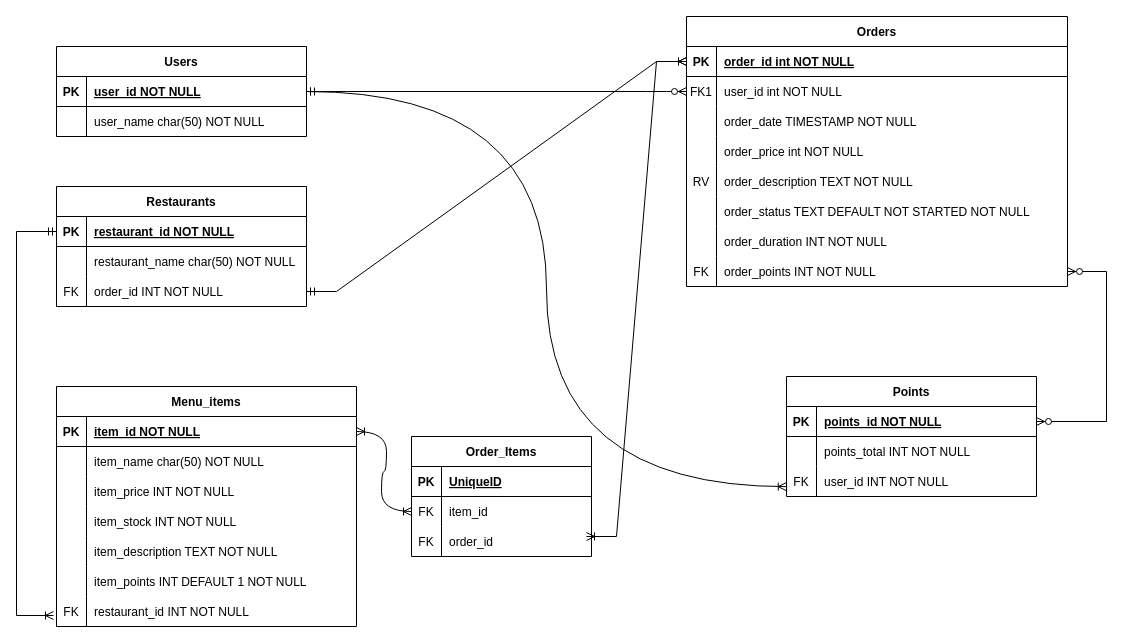
Earlier version of the draw.io diagram Food-Pick-Up-ERD.drawio (nickidells97/Food-Pick-Up-App). Source tidied: cells renumbered, new cells numbered last; positions are measured from the earlier drawing's top-left corner, leaving out a move shared by most shapes. Both pictures are drawn from the tidied source at 100%, with x=0, y=0 at pixel (16, 16).
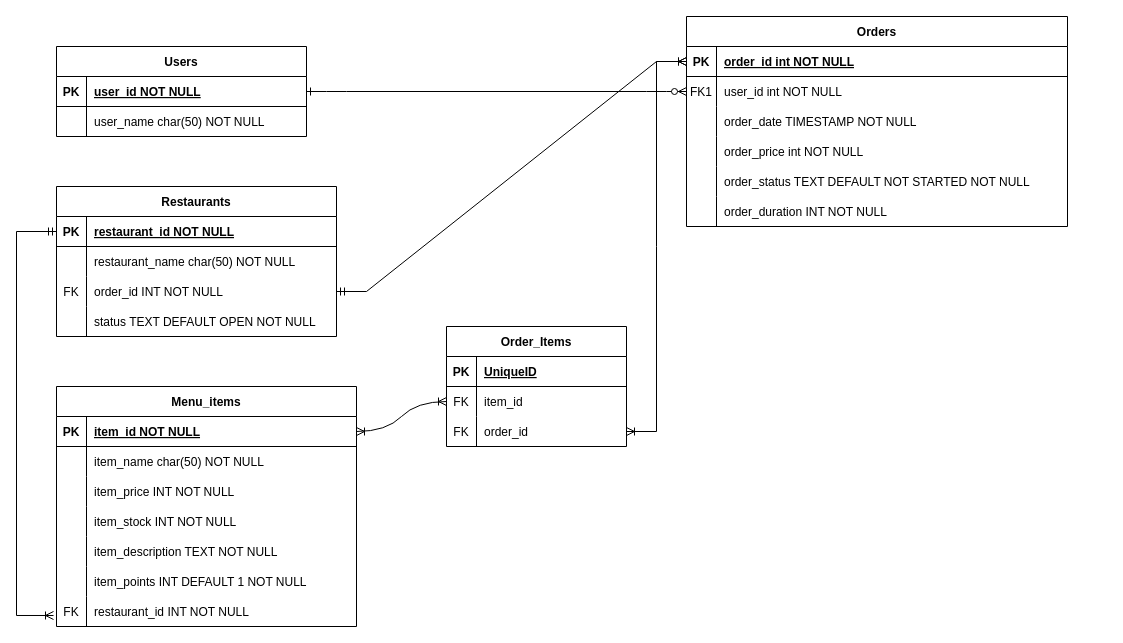
Above is the later version.

Unchanged cells that the change refers to:
```xml
<mxCell id="4" style="shape=partialRectangle;fillColor=none;points=[[0,0.5],[1,0.5]];portConstraint=eastwest;top=0;left=0;right=0;bottom=1;" parent="3" vertex="1">
  <mxGeometry y="30" width="381" height="30" as="geometry" />
</mxCell>
<mxCell id="38" value="Users" style="shape=table;startSize=30;childLayout=tableLayout;rowLines=0;fontStyle=1;align=center;" parent="1" vertex="1">
  <mxGeometry x="40" y="30" width="250" height="90" as="geometry" />
</mxCell>
<mxCell id="88" style="shape=tableRow;horizontal=0;startSize=0;swimlaneHead=0;swimlaneBody=0;fillColor=none;points=[[0,0.5],[1,0.5]];portConstraint=eastwest;top=0;left=0;right=0;bottom=0;" parent="81" vertex="1">
  <mxGeometry y="90" width="180" height="30" as="geometry" />
</mxCell>
```

Change to the diagram source:
```diff
@@
     <mxCell id="3" value="Orders" style="shape=table;startSize=30;childLayout=tableLayout;rowLines=0;fontStyle=1;align=center;" parent="1" vertex="1">
-      <mxGeometry x="670" width="381" height="270" as="geometry" />
+      <mxGeometry x="670" width="381" height="210" as="geometry" />
     </mxCell>
@@
-    <mxCell id="16" style="shape=partialRectangle;fillColor=none;top=0;left=0;right=0;bottom=0;" parent="3" vertex="1">
-      <mxGeometry y="150" width="381" height="30" as="geometry" />
-    </mxCell>
-    <mxCell id="17" value="RV" style="shape=partialRectangle;overflow=hidden;fillColor=none;top=0;left=0;bottom=0;right=0;" parent="16" vertex="1">
-      <mxGeometry width="30" height="30" as="geometry" />
-    </mxCell>
-    <mxCell id="18" value="order_description TEXT NOT NULL" style="shape=partialRectangle;overflow=hidden;fillColor=none;top=0;left=0;bottom=0;right=0;align=left;spacingLeft=6;" parent="16" vertex="1">
-      <mxGeometry x="30" width="351" height="30" as="geometry" />
-    </mxCell>
     <mxCell id="19" style="shape=partialRectangle;fillColor=none;top=0;left=0;right=0;bottom=0;" parent="3" vertex="1">
-      <mxGeometry y="180" width="381" height="30" as="geometry" />
+      <mxGeometry y="150" width="381" height="30" as="geometry" />
     </mxCell>
@@
     <mxCell id="22" style="shape=partialRectangle;fillColor=none;top=0;left=0;right=0;bottom=0;" parent="3" vertex="1">
-      <mxGeometry y="210" width="381" height="30" as="geometry" />
+      <mxGeometry y="180" width="381" height="30" as="geometry" />
     </mxCell>
@@
-    <mxCell id="25" style="shape=partialRectangle;fillColor=none;points=[[0,0.5],[1,0.5]];portConstraint=eastwest;top=0;left=0;right=0;bottom=0;" parent="3" vertex="1">
-      <mxGeometry y="240" width="381" height="30" as="geometry" />
-    </mxCell>
-    <mxCell id="26" value="FK" style="shape=partialRectangle;overflow=hidden;fillColor=none;top=0;left=0;bottom=0;right=0;" parent="25" vertex="1">
-      <mxGeometry width="30" height="30" as="geometry" />
-    </mxCell>
-    <mxCell id="27" value="order_points INT NOT NULL" style="shape=partialRectangle;overflow=hidden;fillColor=none;top=0;left=0;bottom=0;right=0;align=left;spacingLeft=6;" parent="25" vertex="1">
-      <mxGeometry x="30" width="351" height="30" as="geometry" />
-    </mxCell>
-    <mxCell id="28" value="Points" style="shape=table;startSize=30;childLayout=tableLayout;rowLines=0;fontStyle=1;align=center;" parent="1" vertex="1">
-      <mxGeometry x="770" y="360" width="250" height="120" as="geometry" />
-    </mxCell>
-    <mxCell id="29" style="shape=partialRectangle;fillColor=none;points=[[0,0.5],[1,0.5]];portConstraint=eastwest;top=0;left=0;right=0;bottom=1;" parent="28" vertex="1">
-      <mxGeometry y="30" width="250" height="30" as="geometry" />
-    </mxCell>
-    <mxCell id="30" value="PK" style="shape=partialRectangle;overflow=hidden;fillColor=none;top=0;left=0;bottom=0;right=0;fontStyle=1;" parent="29" vertex="1">
-      <mxGeometry width="30" height="30" as="geometry" />
-    </mxCell>
-    <mxCell id="31" value="points_id NOT NULL" style="shape=partialRectangle;overflow=hidden;fillColor=none;top=0;left=0;bottom=0;right=0;align=left;spacingLeft=6;fontStyle=5;" parent="29" vertex="1">
-      <mxGeometry x="30" width="220" height="30" as="geometry" />
-    </mxCell>
-    <mxCell id="32" style="shape=partialRectangle;fillColor=none;top=0;left=0;right=0;bottom=0;" parent="28" vertex="1">
-      <mxGeometry y="60" width="250" height="30" as="geometry" />
-    </mxCell>
-    <mxCell id="33" style="shape=partialRectangle;overflow=hidden;fillColor=none;top=0;left=0;bottom=0;right=0;" parent="32" vertex="1">
-      <mxGeometry width="30" height="30" as="geometry" />
-    </mxCell>
-    <mxCell id="34" value="points_total INT NOT NULL" style="shape=partialRectangle;overflow=hidden;fillColor=none;top=0;left=0;bottom=0;right=0;align=left;spacingLeft=6;" parent="32" vertex="1">
-      <mxGeometry x="30" width="220" height="30" as="geometry" />
-    </mxCell>
-    <mxCell id="35" style="shape=partialRectangle;fillColor=none;points=[[0,0.5],[1,0.5]];portConstraint=eastwest;top=0;left=0;right=0;bottom=0;" parent="28" vertex="1">
-      <mxGeometry y="90" width="250" height="30" as="geometry" />
-    </mxCell>
-    <mxCell id="36" value="FK" style="shape=partialRectangle;overflow=hidden;fillColor=none;top=0;left=0;bottom=0;right=0;" parent="35" vertex="1">
-      <mxGeometry width="30" height="30" as="geometry" />
-    </mxCell>
-    <mxCell id="37" value="user_id INT NOT NULL" style="shape=partialRectangle;overflow=hidden;fillColor=none;top=0;left=0;bottom=0;right=0;align=left;spacingLeft=6;" parent="35" vertex="1">
-      <mxGeometry x="30" width="220" height="30" as="geometry" />
-    </mxCell>
@@
     <mxCell id="67" value="Restaurants" style="shape=table;startSize=30;childLayout=tableLayout;rowLines=0;fontStyle=1;align=center;" parent="1" vertex="1">
-      <mxGeometry x="40" y="170" width="250" height="120" as="geometry" />
+      <mxGeometry x="40" y="170" width="280" height="150" as="geometry" />
     </mxCell>
     <mxCell id="68" style="shape=partialRectangle;fillColor=none;points=[[0,0.5],[1,0.5]];portConstraint=eastwest;top=0;left=0;right=0;bottom=1;" parent="67" vertex="1">
-      <mxGeometry y="30" width="250" height="30" as="geometry" />
+      <mxGeometry y="30" width="280" height="30" as="geometry" />
     </mxCell>
@@
     <mxCell id="70" value="restaurant_id NOT NULL" style="shape=partialRectangle;overflow=hidden;fillColor=none;top=0;left=0;bottom=0;right=0;align=left;spacingLeft=6;fontStyle=5;" parent="68" vertex="1">
-      <mxGeometry x="30" width="220" height="30" as="geometry" />
+      <mxGeometry x="30" width="250" height="30" as="geometry" />
     </mxCell>
     <mxCell id="71" style="shape=partialRectangle;fillColor=none;top=0;left=0;right=0;bottom=0;" parent="67" vertex="1">
-      <mxGeometry y="60" width="250" height="30" as="geometry" />
+      <mxGeometry y="60" width="280" height="30" as="geometry" />
     </mxCell>
@@
     <mxCell id="73" value="restaurant_name char(50) NOT NULL" style="shape=partialRectangle;overflow=hidden;fillColor=none;top=0;left=0;bottom=0;right=0;align=left;spacingLeft=6;" parent="71" vertex="1">
-      <mxGeometry x="30" width="220" height="30" as="geometry" />
+      <mxGeometry x="30" width="250" height="30" as="geometry" />
     </mxCell>
     <mxCell id="74" style="shape=partialRectangle;fillColor=none;points=[[0,0.5],[1,0.5]];portConstraint=eastwest;top=0;left=0;right=0;bottom=0;" parent="67" vertex="1">
-      <mxGeometry y="90" width="250" height="30" as="geometry" />
+      <mxGeometry y="90" width="280" height="30" as="geometry" />
     </mxCell>
@@
     <mxCell id="76" value="order_id INT NOT NULL" style="shape=partialRectangle;overflow=hidden;fillColor=none;top=0;left=0;bottom=0;right=0;align=left;spacingLeft=6;" parent="74" vertex="1">
-      <mxGeometry x="30" width="220" height="30" as="geometry" />
+      <mxGeometry x="30" width="250" height="30" as="geometry" />
     </mxCell>
+    <mxCell id="93" style="shape=partialRectangle;fillColor=none;top=0;left=0;right=0;bottom=0;" parent="67" vertex="1">
+      <mxGeometry y="120" width="280" height="30" as="geometry" />
+    </mxCell>
+    <mxCell id="33" style="shape=partialRectangle;overflow=hidden;fillColor=none;top=0;left=0;bottom=0;right=0;" parent="93" vertex="1">
+      <mxGeometry width="30" height="30" as="geometry" />
+    </mxCell>
+    <mxCell id="94" value="status TEXT DEFAULT OPEN NOT NULL" style="shape=partialRectangle;overflow=hidden;fillColor=none;top=0;left=0;bottom=0;right=0;align=left;spacingLeft=6;" parent="93" vertex="1">
+      <mxGeometry x="30" width="250" height="30" as="geometry" />
+    </mxCell>
@@
-    <mxCell id="79" style="edgeStyle=orthogonalEdgeStyle;fontSize=12;html=1;endArrow=ERoneToMany;startArrow=ERmandOne;rounded=0;entryX=-0.001;entryY=0.671;entryDx=0;entryDy=0;entryPerimeter=0;exitX=1;exitY=0.5;exitDx=0;exitDy=0;elbow=vertical;curved=1;" parent="1" edge="1" source="38" target="35">
-      <mxGeometry relative="1" as="geometry" />
-    </mxCell>
-    <mxCell id="80" style="edgeStyle=elbowEdgeStyle;fontSize=12;html=1;endArrow=ERzeroToMany;endFill=1;startArrow=ERzeroToMany;rounded=0;exitX=1;exitY=0.5;exitDx=0;exitDy=0;entryX=1;entryY=0.5;entryDx=0;entryDy=0;" parent="1" edge="1" source="29" target="25">
-      <mxGeometry relative="1" as="geometry">
-        <Array as="points">
-          <mxPoint x="1090" y="330" />
-        </Array>
-      </mxGeometry>
-    </mxCell>
     <mxCell id="81" value="Order_Items" style="shape=table;startSize=30;childLayout=tableLayout;rowLines=0;fontStyle=1;align=center;" parent="1" vertex="1">
-      <mxGeometry x="395" y="420" width="180" height="120" as="geometry" />
+      <mxGeometry x="430" y="310" width="180" height="120" as="geometry" />
     </mxCell>
@@
-    <mxCell id="92" style="edgeStyle=entityRelationEdgeStyle;fontSize=12;html=1;endArrow=ERoneToMany;startArrow=ERoneToMany;rounded=0;entryX=0;entryY=0.5;entryDx=0;entryDy=0;" parent="1" edge="1" target="4">
-      <mxGeometry relative="1" as="geometry">
-        <mxPoint x="570" y="520" as="sourcePoint" />
-      </mxGeometry>
+    <mxCell id="92" style="edgeStyle=entityRelationEdgeStyle;fontSize=12;html=1;endArrow=ERoneToMany;startArrow=ERoneToMany;rounded=0;entryX=0;entryY=0.5;entryDx=0;entryDy=0;exitX=1;exitY=0.5;exitDx=0;exitDy=0;" parent="1" edge="1" source="88" target="4">
+      <mxGeometry relative="1" as="geometry" />
     </mxCell>
```
